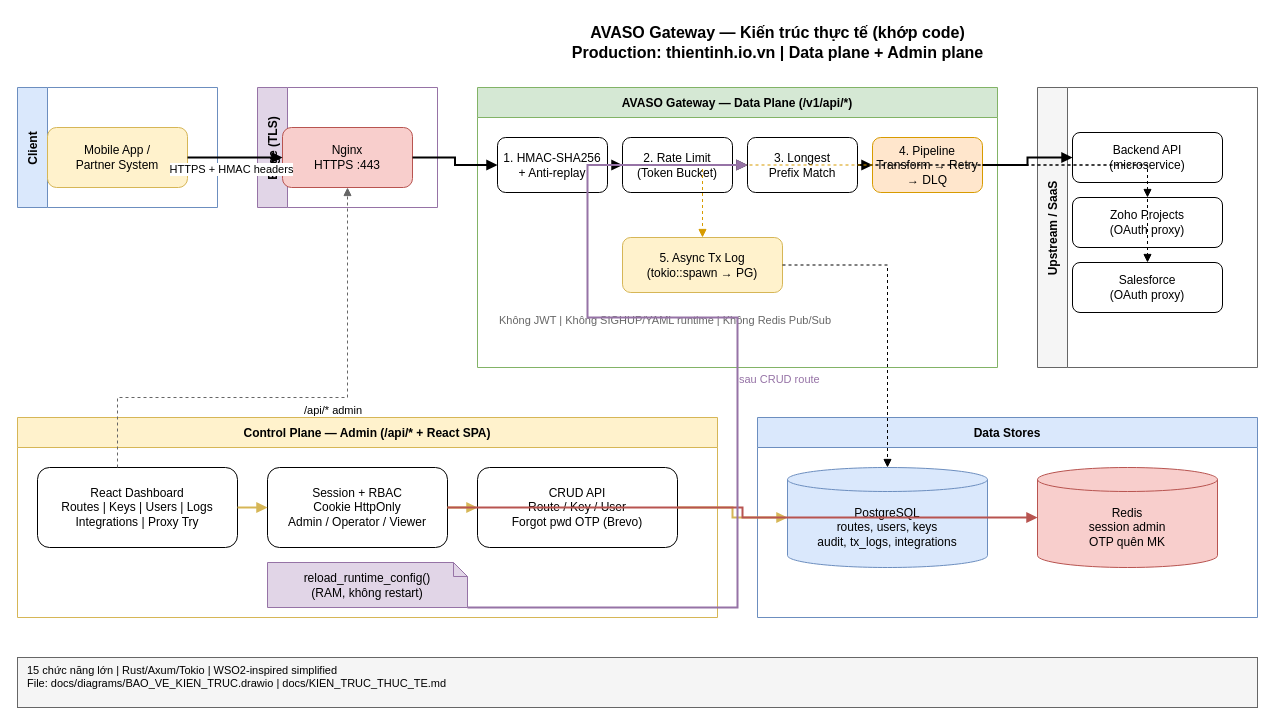
Before: docs/diagrams/BAO_VE_KIEN_TRUC.drawio in thientinh651/API-Gateway-Integration-Platform, a draw.io diagram. Source tidied: cells renumbered, new cells numbered last; positions are measured from the earlier drawing's top-left corner, leaving out a move shared by most shapes. Both pictures are drawn from the tidied source at 100%, with x=0, y=0 at pixel (17, 17).
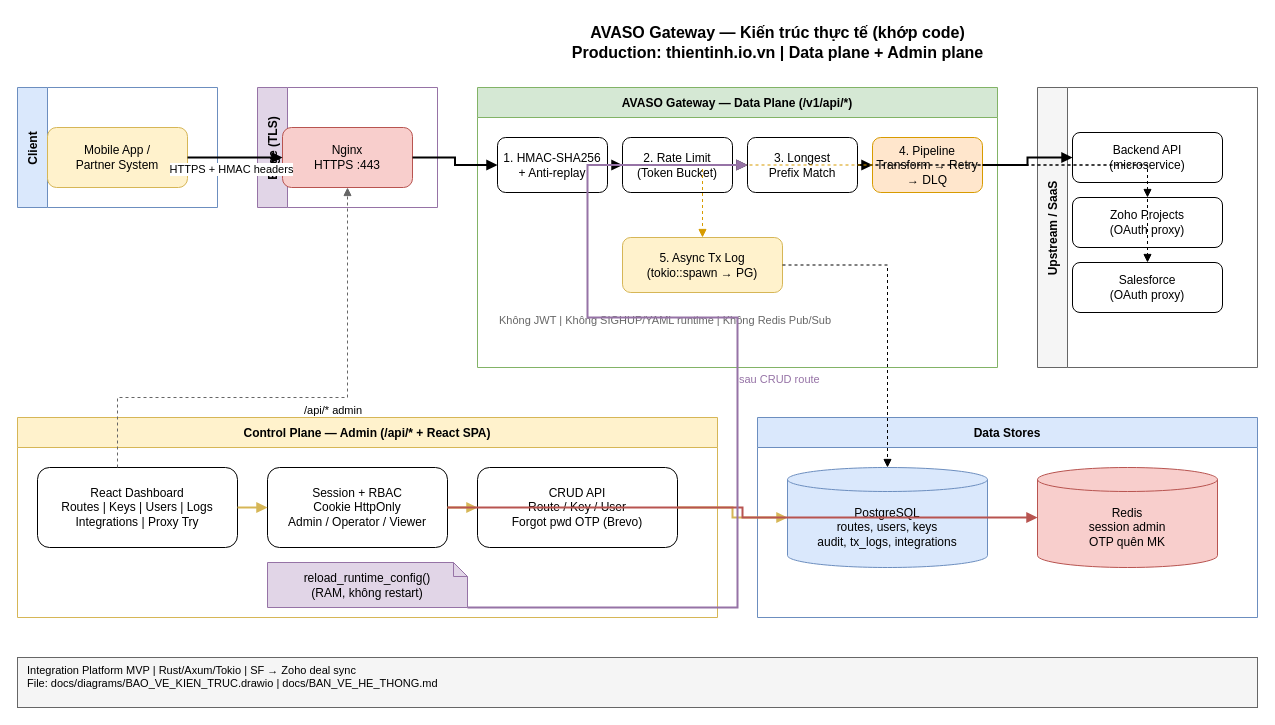
After the change.

Diff of the diagram source:
```diff
@@
-    <mxCell id="26" value="15 chức năng lớn | Rust/Axum/Tokio | WSO2-inspired simplified&#10;File: docs/diagrams/BAO_VE_KIEN_TRUC.drawio | docs/KIEN_TRUC_THUC_TE.md" style="text;html=1;strokeColor=#666666;fillColor=#f5f5f5;align=left;verticalAlign=top;spacingLeft=8;fontSize=11;" parent="1" vertex="1">
+    <mxCell id="26" value="Integration Platform MVP | Rust/Axum/Tokio | SF → Zoho deal sync&#10;File: docs/diagrams/BAO_VE_KIEN_TRUC.drawio | docs/BAN_VE_HE_THONG.md" style="text;html=1;strokeColor=#666666;fillColor=#f5f5f5;align=left;verticalAlign=top;spacingLeft=8;fontSize=11;" parent="1" vertex="1">
       <mxGeometry y="640" width="1240" height="50" as="geometry" />
     </mxCell>
```
